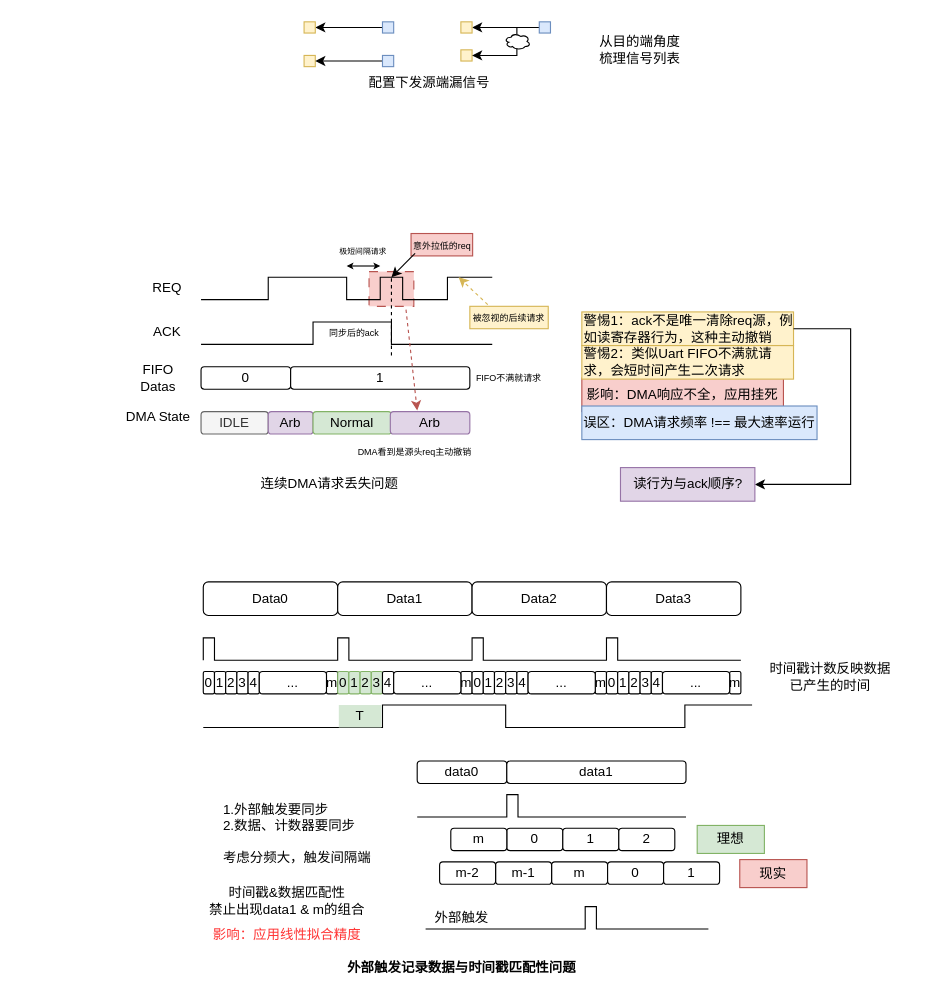
iceyxy/flow-chart-drawio keeps this draw.io diagram as page "缺陷记录 1" (1 of 3) of drawio/缺陷记录.drawio. Above is the earlier version. Source tidied: cells renumbered, new cells numbered last; positions are measured from the earlier drawing's top-left corner, leaving out a move shared by most shapes. Both pictures are drawn from the tidied source at 112%, with x=0, y=0 at pixel (19, 21).
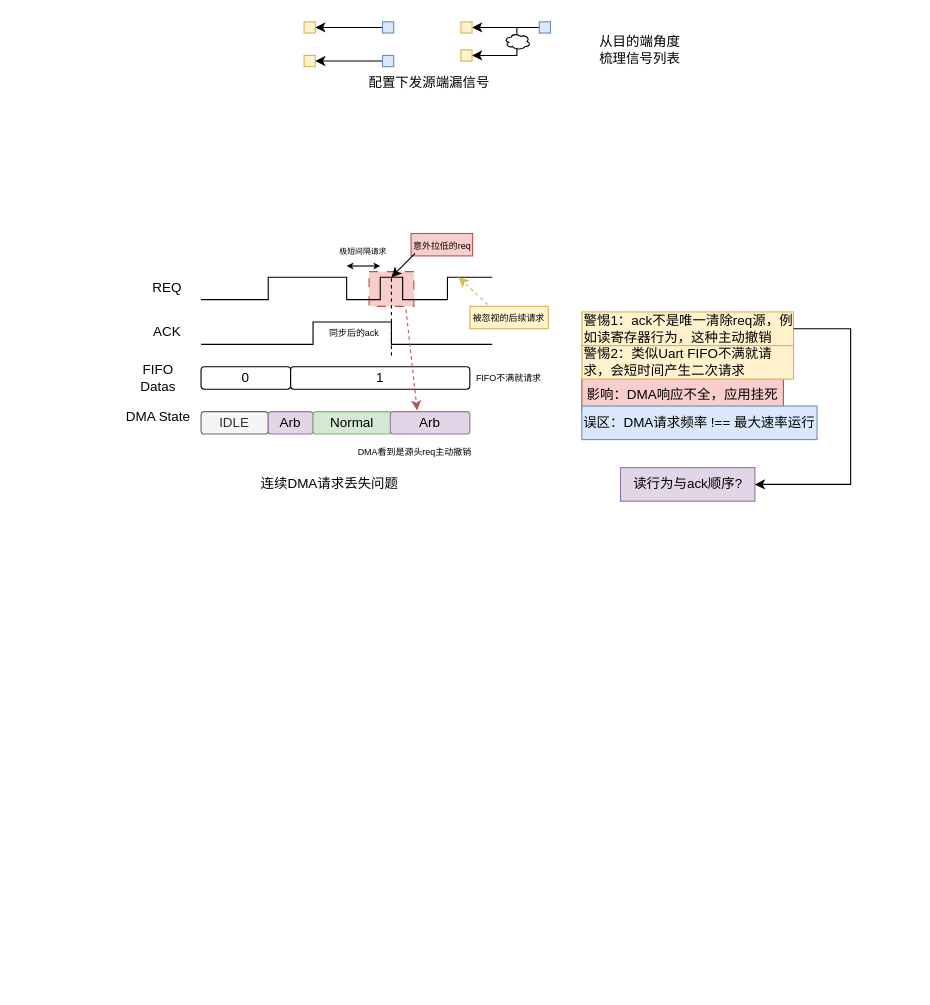
The same diagram, later.

Commit message:
更新缺陷记录.drawio

What changed in the source:
```diff
@@
-    <mxCell id="49" style="group;" parent="1" vertex="1">
-      <mxGeometry x="164" y="500" width="620" height="360" as="geometry" />
-    </mxCell>
-    <mxCell id="50" value="Data0" style="rounded=1;whiteSpace=wrap;html=1;" parent="49" vertex="1">
-      <mxGeometry width="120" height="30" as="geometry" />
-    </mxCell>
-    <mxCell id="51" value="Data1" style="rounded=1;whiteSpace=wrap;html=1;" parent="49" vertex="1">
-      <mxGeometry x="120" width="120" height="30" as="geometry" />
-    </mxCell>
-    <mxCell id="52" value="Data2" style="rounded=1;whiteSpace=wrap;html=1;" parent="49" vertex="1">
-      <mxGeometry x="240" width="120" height="30" as="geometry" />
-    </mxCell>
-    <mxCell id="53" value="Data3" style="rounded=1;whiteSpace=wrap;html=1;" parent="49" vertex="1">
-      <mxGeometry x="360" width="120" height="30" as="geometry" />
-    </mxCell>
-    <mxCell id="54" style="endArrow=none;html=1;rounded=0;" parent="49" edge="1">
-      <mxGeometry relative="1" as="geometry">
-        <mxPoint y="70" as="sourcePoint" />
-        <mxPoint x="480" y="70" as="targetPoint" />
-        <Array as="points">
-          <mxPoint y="50" />
-          <mxPoint x="10" y="50" />
-          <mxPoint x="10" y="70" />
-          <mxPoint x="120" y="70" />
-          <mxPoint x="120" y="50" />
-          <mxPoint x="130" y="50" />
-          <mxPoint x="130" y="70" />
-          <mxPoint x="240" y="70" />
-          <mxPoint x="240" y="50" />
-          <mxPoint x="250" y="50" />
-          <mxPoint x="250" y="70" />
-          <mxPoint x="360" y="70" />
-          <mxPoint x="360" y="50" />
-          <mxPoint x="370" y="50" />
-          <mxPoint x="370" y="70" />
-        </Array>
-      </mxGeometry>
-    </mxCell>
-    <mxCell id="55" value="0" style="rounded=1;whiteSpace=wrap;html=1;" parent="49" vertex="1">
-      <mxGeometry y="80" width="10" height="20" as="geometry" />
-    </mxCell>
-    <mxCell id="56" value="1" style="rounded=1;whiteSpace=wrap;html=1;" parent="49" vertex="1">
-      <mxGeometry x="10" y="80" width="10" height="20" as="geometry" />
-    </mxCell>
-    <mxCell id="57" value="2" style="rounded=1;whiteSpace=wrap;html=1;" parent="49" vertex="1">
-      <mxGeometry x="20" y="80" width="10" height="20" as="geometry" />
-    </mxCell>
-    <mxCell id="58" value="3" style="rounded=1;whiteSpace=wrap;html=1;" parent="49" vertex="1">
-      <mxGeometry x="30" y="80" width="10" height="20" as="geometry" />
-    </mxCell>
-    <mxCell id="59" value="4" style="rounded=1;whiteSpace=wrap;html=1;" parent="49" vertex="1">
-      <mxGeometry x="40" y="80" width="10" height="20" as="geometry" />
-    </mxCell>
-    <mxCell id="60" value="m" style="rounded=1;whiteSpace=wrap;html=1;" parent="49" vertex="1">
-      <mxGeometry x="110" y="80" width="10" height="20" as="geometry" />
-    </mxCell>
-    <mxCell id="61" value="..." style="rounded=1;whiteSpace=wrap;html=1;" parent="49" vertex="1">
-      <mxGeometry x="50" y="80" width="60" height="20" as="geometry" />
-    </mxCell>
-    <mxCell id="62" value="0" style="rounded=1;whiteSpace=wrap;html=1;fillColor=#d5e8d4;strokeColor=#82b366;" parent="49" vertex="1">
-      <mxGeometry x="120" y="80" width="10" height="20" as="geometry" />
-    </mxCell>
-    <mxCell id="63" value="1" style="rounded=1;whiteSpace=wrap;html=1;fillColor=#d5e8d4;strokeColor=#82b366;" parent="49" vertex="1">
-      <mxGeometry x="130" y="80" width="10" height="20" as="geometry" />
-    </mxCell>
-    <mxCell id="64" value="2" style="rounded=1;whiteSpace=wrap;html=1;fillColor=#d5e8d4;strokeColor=#82b366;" parent="49" vertex="1">
-      <mxGeometry x="140" y="80" width="10" height="20" as="geometry" />
-    </mxCell>
-    <mxCell id="65" value="3" style="rounded=1;whiteSpace=wrap;html=1;fillColor=#d5e8d4;strokeColor=#82b366;" parent="49" vertex="1">
-      <mxGeometry x="150" y="80" width="10" height="20" as="geometry" />
-    </mxCell>
-    <mxCell id="66" value="4" style="rounded=1;whiteSpace=wrap;html=1;" parent="49" vertex="1">
-      <mxGeometry x="160" y="80" width="10" height="20" as="geometry" />
-    </mxCell>
-    <mxCell id="67" value="m" style="rounded=1;whiteSpace=wrap;html=1;" parent="49" vertex="1">
-      <mxGeometry x="230" y="80" width="10" height="20" as="geometry" />
-    </mxCell>
-    <mxCell id="68" value="..." style="rounded=1;whiteSpace=wrap;html=1;" parent="49" vertex="1">
-      <mxGeometry x="170" y="80" width="60" height="20" as="geometry" />
-    </mxCell>
-    <mxCell id="69" value="0" style="rounded=1;whiteSpace=wrap;html=1;" parent="49" vertex="1">
-      <mxGeometry x="240" y="80" width="10" height="20" as="geometry" />
-    </mxCell>
-    <mxCell id="70" value="1" style="rounded=1;whiteSpace=wrap;html=1;" parent="49" vertex="1">
-      <mxGeometry x="250" y="80" width="10" height="20" as="geometry" />
-    </mxCell>
-    <mxCell id="71" value="2" style="rounded=1;whiteSpace=wrap;html=1;" parent="49" vertex="1">
-      <mxGeometry x="260" y="80" width="10" height="20" as="geometry" />
-    </mxCell>
-    <mxCell id="72" value="3" style="rounded=1;whiteSpace=wrap;html=1;" parent="49" vertex="1">
-      <mxGeometry x="270" y="80" width="10" height="20" as="geometry" />
-    </mxCell>
-    <mxCell id="73" value="4" style="rounded=1;whiteSpace=wrap;html=1;" parent="49" vertex="1">
-      <mxGeometry x="280" y="80" width="10" height="20" as="geometry" />
-    </mxCell>
-    <mxCell id="74" value="m" style="rounded=1;whiteSpace=wrap;html=1;" parent="49" vertex="1">
-      <mxGeometry x="350" y="80" width="10" height="20" as="geometry" />
-    </mxCell>
-    <mxCell id="75" value="..." style="rounded=1;whiteSpace=wrap;html=1;" parent="49" vertex="1">
-      <mxGeometry x="290" y="80" width="60" height="20" as="geometry" />
-    </mxCell>
-    <mxCell id="76" value="0" style="rounded=1;whiteSpace=wrap;html=1;" parent="49" vertex="1">
-      <mxGeometry x="360" y="80" width="10" height="20" as="geometry" />
-    </mxCell>
-    <mxCell id="77" value="1" style="rounded=1;whiteSpace=wrap;html=1;" parent="49" vertex="1">
-      <mxGeometry x="370" y="80" width="10" height="20" as="geometry" />
-    </mxCell>
-    <mxCell id="78" value="2" style="rounded=1;whiteSpace=wrap;html=1;" parent="49" vertex="1">
-      <mxGeometry x="380" y="80" width="10" height="20" as="geometry" />
-    </mxCell>
-    <mxCell id="79" value="3" style="rounded=1;whiteSpace=wrap;html=1;" parent="49" vertex="1">
-      <mxGeometry x="390" y="80" width="10" height="20" as="geometry" />
-    </mxCell>
-    <mxCell id="80" value="4" style="rounded=1;whiteSpace=wrap;html=1;" parent="49" vertex="1">
-      <mxGeometry x="400" y="80" width="10" height="20" as="geometry" />
-    </mxCell>
-    <mxCell id="81" value="m" style="rounded=1;whiteSpace=wrap;html=1;" parent="49" vertex="1">
-      <mxGeometry x="470" y="80" width="10" height="20" as="geometry" />
-    </mxCell>
-    <mxCell id="82" value="..." style="rounded=1;whiteSpace=wrap;html=1;" parent="49" vertex="1">
-      <mxGeometry x="410" y="80" width="60" height="20" as="geometry" />
-    </mxCell>
-    <mxCell id="83" style="endArrow=none;html=1;rounded=0;" parent="49" edge="1">
-      <mxGeometry relative="1" as="geometry">
-        <mxPoint y="130" as="sourcePoint" />
-        <mxPoint x="490" y="110" as="targetPoint" />
-        <Array as="points">
-          <mxPoint x="160" y="130" />
-          <mxPoint x="160" y="110" />
-          <mxPoint x="270" y="110" />
-          <mxPoint x="270" y="130" />
-          <mxPoint x="430" y="130" />
-          <mxPoint x="430" y="110" />
-        </Array>
-      </mxGeometry>
-    </mxCell>
-    <mxCell id="84" value="&lt;div&gt;1.外部触发要同步&lt;/div&gt;&lt;div&gt;2.数据、计数器要同步&lt;/div&gt;&lt;div&gt;&lt;br&gt;&lt;/div&gt;&lt;div&gt;考虑分频大，触发间隔端&lt;/div&gt;" style="text;html=1;whiteSpace=wrap;strokeColor=none;fillColor=none;align=left;verticalAlign=middle;rounded=0;" parent="49" vertex="1">
-      <mxGeometry x="16" y="210" width="160" height="30" as="geometry" />
-    </mxCell>
-    <mxCell id="85" value="T" style="text;html=1;whiteSpace=wrap;strokeColor=none;fillColor=#d5e8d4;align=center;verticalAlign=middle;rounded=0;" parent="49" vertex="1">
-      <mxGeometry x="121" y="110" width="38" height="20" as="geometry" />
-    </mxCell>
-    <mxCell id="86" style="endArrow=none;html=1;rounded=0;" parent="49" edge="1">
-      <mxGeometry relative="1" as="geometry">
-        <mxPoint x="191" y="210" as="sourcePoint" />
-        <mxPoint x="431" y="210" as="targetPoint" />
-        <Array as="points">
-          <mxPoint x="271" y="210" />
-          <mxPoint x="271" y="190" />
-          <mxPoint x="281" y="190" />
-          <mxPoint x="281" y="210" />
-        </Array>
-      </mxGeometry>
-    </mxCell>
-    <mxCell id="87" value="0" style="rounded=1;whiteSpace=wrap;html=1;" parent="49" vertex="1">
-      <mxGeometry x="271" y="220" width="50" height="20" as="geometry" />
-    </mxCell>
-    <mxCell id="88" value="1" style="rounded=1;whiteSpace=wrap;html=1;" parent="49" vertex="1">
-      <mxGeometry x="321" y="220" width="50" height="20" as="geometry" />
-    </mxCell>
-    <mxCell id="89" value="2" style="rounded=1;whiteSpace=wrap;html=1;" parent="49" vertex="1">
-      <mxGeometry x="371" y="220" width="50" height="20" as="geometry" />
-    </mxCell>
-    <mxCell id="90" value="m" style="rounded=1;whiteSpace=wrap;html=1;" parent="49" vertex="1">
-      <mxGeometry x="311" y="250" width="50" height="20" as="geometry" />
-    </mxCell>
-    <mxCell id="91" value="m-1" style="rounded=1;whiteSpace=wrap;html=1;" parent="49" vertex="1">
-      <mxGeometry x="261" y="250" width="50" height="20" as="geometry" />
-    </mxCell>
-    <mxCell id="92" value="0" style="rounded=1;whiteSpace=wrap;html=1;" parent="49" vertex="1">
-      <mxGeometry x="361" y="250" width="50" height="20" as="geometry" />
-    </mxCell>
-    <mxCell id="93" value="1" style="rounded=1;whiteSpace=wrap;html=1;" parent="49" vertex="1">
-      <mxGeometry x="411" y="250" width="50" height="20" as="geometry" />
-    </mxCell>
-    <mxCell id="94" value="m-2" style="rounded=1;whiteSpace=wrap;html=1;" parent="49" vertex="1">
-      <mxGeometry x="211" y="250" width="50" height="20" as="geometry" />
-    </mxCell>
-    <mxCell id="95" value="m" style="rounded=1;whiteSpace=wrap;html=1;" parent="49" vertex="1">
-      <mxGeometry x="221" y="220" width="50" height="20" as="geometry" />
-    </mxCell>
-    <mxCell id="96" value="data0" style="rounded=1;whiteSpace=wrap;html=1;" parent="49" vertex="1">
-      <mxGeometry x="191" y="160" width="80" height="20" as="geometry" />
-    </mxCell>
-    <mxCell id="97" value="data1" style="rounded=1;whiteSpace=wrap;html=1;" parent="49" vertex="1">
-      <mxGeometry x="271" y="160" width="160" height="20" as="geometry" />
-    </mxCell>
-    <mxCell id="98" style="endArrow=none;html=1;rounded=0;" parent="49" edge="1">
-      <mxGeometry relative="1" as="geometry">
-        <mxPoint x="198.5" y="310" as="sourcePoint" />
-        <mxPoint x="451" y="310" as="targetPoint" />
-        <Array as="points">
-          <mxPoint x="341" y="310" />
-          <mxPoint x="341" y="290" />
-          <mxPoint x="351" y="290" />
-          <mxPoint x="351" y="310" />
-        </Array>
-      </mxGeometry>
-    </mxCell>
-    <mxCell id="99" value="外部触发" style="text;html=1;whiteSpace=wrap;strokeColor=none;fillColor=none;align=center;verticalAlign=middle;rounded=0;" parent="49" vertex="1">
-      <mxGeometry x="201" y="285" width="60" height="30" as="geometry" />
-    </mxCell>
-    <mxCell id="100" value="时间戳计数反映数据已产生的时间" style="text;html=1;whiteSpace=wrap;strokeColor=none;fillColor=none;align=center;verticalAlign=middle;rounded=0;" parent="49" vertex="1">
-      <mxGeometry x="500" y="70" width="120" height="30" as="geometry" />
-    </mxCell>
-    <mxCell id="101" value="时间戳&amp;amp;数据匹配性&lt;div&gt;禁止出现data1 &amp;amp; m的组合&lt;/div&gt;" style="text;html=1;whiteSpace=wrap;strokeColor=none;fillColor=none;align=center;verticalAlign=middle;rounded=0;" parent="49" vertex="1">
-      <mxGeometry y="270" width="150" height="30" as="geometry" />
-    </mxCell>
-    <mxCell id="102" value="理想" style="text;html=1;whiteSpace=wrap;strokeColor=#82b366;fillColor=#d5e8d4;align=center;verticalAlign=middle;rounded=0;" parent="49" vertex="1">
-      <mxGeometry x="441" y="217.5" width="60" height="25" as="geometry" />
-    </mxCell>
-    <mxCell id="103" value="现实" style="text;html=1;whiteSpace=wrap;strokeColor=#b85450;fillColor=#f8cecc;align=center;verticalAlign=middle;rounded=0;" parent="49" vertex="1">
-      <mxGeometry x="479" y="248" width="60" height="25" as="geometry" />
-    </mxCell>
-    <mxCell id="104" value="&lt;b&gt;外部触发记录数据与时间戳匹配性问题&lt;/b&gt;" style="text;html=1;whiteSpace=wrap;strokeColor=none;fillColor=none;align=center;verticalAlign=middle;rounded=0;" parent="49" vertex="1">
-      <mxGeometry x="111" y="330" width="240" height="30" as="geometry" />
-    </mxCell>
-    <mxCell id="105" value="&lt;span style=&quot;color: rgb(255, 51, 51);&quot;&gt;影响：应用线性拟合精度&lt;/span&gt;" style="text;html=1;whiteSpace=wrap;strokeColor=none;fillColor=none;align=center;verticalAlign=middle;rounded=0;" parent="49" vertex="1">
-      <mxGeometry y="300" width="150" height="30" as="geometry" />
-    </mxCell>
```
